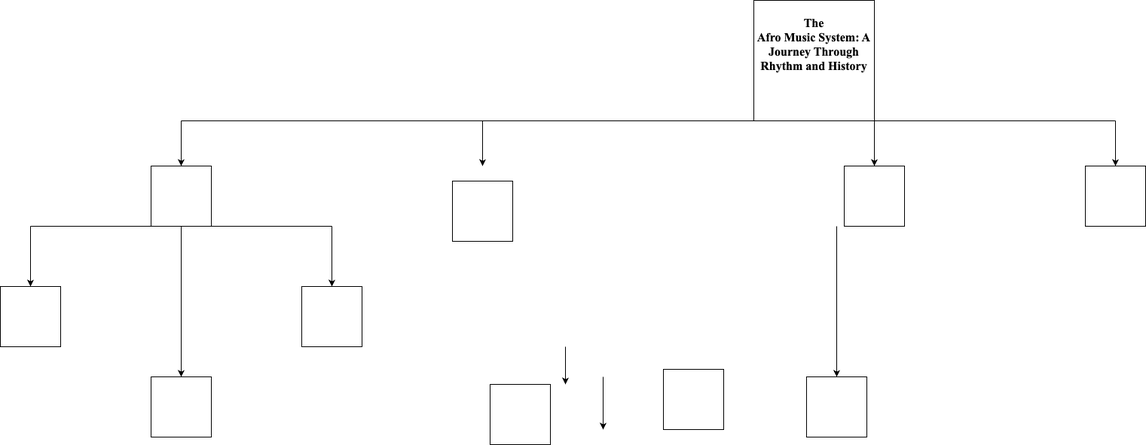
Earlier version of the draw.io export AFM.drawio.png (Kai39d/Hello-World). Source tidied: cells renumbered, new cells last; positions are measured from the earlier drawing's top-left corner, leaving out a move shared by most shapes.
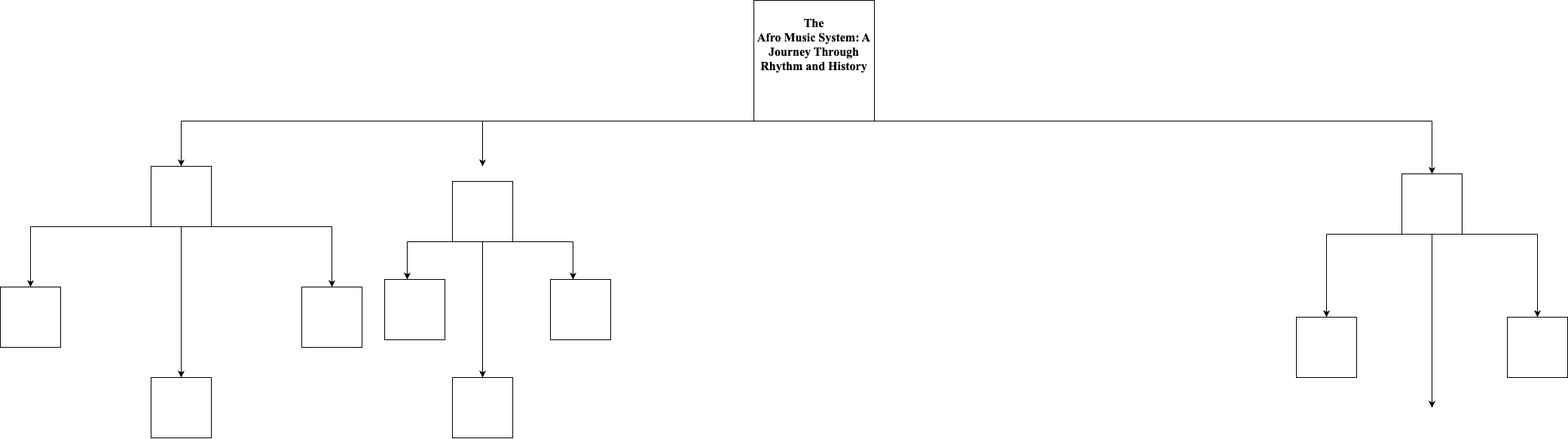
After the commit.

Diff of the diagram source:
```diff
@@ -15,26 +15,12 @@
     </mxCell>
     <mxCell id="5" style="endArrow=none;html=1;rounded=0;entryX=1;entryY=1;entryDx=0;entryDy=0;" parent="2" edge="1" target="3">
       <mxGeometry relative="1" as="geometry">
-        <mxPoint x="840" y="160" as="sourcePoint" />
+        <mxPoint x="1260" y="160" as="sourcePoint" />
       </mxGeometry>
     </mxCell>
-    <mxCell id="6" style="whiteSpace=wrap;html=1;" parent="2" vertex="1">
-      <mxGeometry x="800" y="220" width="80" height="80" as="geometry" />
-    </mxCell>
-    <mxCell id="7" style="whiteSpace=wrap;html=1;" parent="2" vertex="1">
-      <mxGeometry x="480" y="220" width="80" height="80" as="geometry" />
-    </mxCell>
     <mxCell id="8" style="whiteSpace=wrap;html=1;" parent="2" vertex="1">
       <mxGeometry x="-40" y="240" width="80" height="80" as="geometry" />
     </mxCell>
-    <mxCell id="9" style="endArrow=classic;html=1;rounded=0;entryX=0.5;entryY=0;entryDx=0;entryDy=0;" parent="2" edge="1" target="6">
-      <mxGeometry relative="1" as="geometry">
-        <mxPoint x="840" y="160" as="sourcePoint" />
-      </mxGeometry>
-    </mxCell>
-    <mxCell id="10" style="endArrow=classic;html=1;rounded=0;exitX=1;exitY=1;exitDx=0;exitDy=0;entryX=0.5;entryY=0;entryDx=0;entryDy=0;" parent="2" edge="1" source="3" target="7">
-      <mxGeometry relative="1" as="geometry" />
-    </mxCell>
     <mxCell id="11" style="endArrow=classic;html=1;rounded=0;" parent="2" edge="1">
       <mxGeometry relative="1" as="geometry">
         <mxPoint y="160" as="sourcePoint" />
@@ -83,33 +69,87 @@
     </mxCell>
     <mxCell id="21" style="endArrow=classic;html=1;rounded=0;" parent="1" edge="1">
       <mxGeometry relative="1" as="geometry">
-        <mxPoint x="800" y="500" as="sourcePoint" />
-        <mxPoint x="800" y="570" as="targetPoint" />
+        <mxPoint x="760" y="320" as="sourcePoint" />
+        <mxPoint x="760" y="370" as="targetPoint" />
+        <Array as="points">
+          <mxPoint x="760" y="350" />
+        </Array>
       </mxGeometry>
     </mxCell>
     <mxCell id="22" style="endArrow=classic;html=1;rounded=0;" parent="1" edge="1">
       <mxGeometry relative="1" as="geometry">
-        <mxPoint x="1110" y="300" as="sourcePoint" />
-        <mxPoint x="1110" y="500" as="targetPoint" />
+        <mxPoint x="1760" y="310" as="sourcePoint" />
+        <mxPoint x="1760" y="420" as="targetPoint" />
       </mxGeometry>
     </mxCell>
     <mxCell id="23" style="whiteSpace=wrap;html=1;" parent="1" vertex="1">
-      <mxGeometry x="880" y="490" width="80" height="80" as="geometry" />
+      <mxGeometry x="730" y="370" width="80" height="80" as="geometry" />
     </mxCell>
     <mxCell id="24" style="whiteSpace=wrap;html=1;" parent="1" vertex="1">
-      <mxGeometry x="1070" y="500" width="80" height="80" as="geometry" />
+      <mxGeometry x="600" y="500" width="80" height="80" as="geometry" />
     </mxCell>
     <mxCell id="25" style="endArrow=classic;html=1;rounded=0;" parent="1" edge="1">
       <mxGeometry relative="1" as="geometry">
-        <mxPoint x="750" y="460" as="sourcePoint" />
-        <mxPoint x="750" y="510" as="targetPoint" />
+        <mxPoint x="540" y="320" as="sourcePoint" />
+        <mxPoint x="540" y="370" as="targetPoint" />
       </mxGeometry>
     </mxCell>
     <mxCell id="26" style="whiteSpace=wrap;html=1;" parent="1" vertex="1">
-      <mxGeometry x="650" y="510" width="80" height="80" as="geometry" />
+      <mxGeometry x="510" y="370" width="80" height="80" as="geometry" />
     </mxCell>
     <mxCell id="27" style="whiteSpace=wrap;html=1;" parent="1" vertex="1">
       <mxGeometry x="200" y="220" width="80" height="80" as="geometry" />
     </mxCell>
+    <mxCell id="28" style="endArrow=none;html=1;rounded=0;entryX=0;entryY=1;entryDx=0;entryDy=0;" parent="1" edge="1" target="8">
+      <mxGeometry relative="1" as="geometry">
+        <mxPoint x="540" y="320" as="sourcePoint" />
+      </mxGeometry>
+    </mxCell>
+    <mxCell id="29" style="endArrow=none;html=1;rounded=0;entryX=1;entryY=1;entryDx=0;entryDy=0;" parent="1" edge="1" target="8">
+      <mxGeometry relative="1" as="geometry">
+        <mxPoint x="760" y="320" as="sourcePoint" />
+      </mxGeometry>
+    </mxCell>
+    <mxCell id="30" style="endArrow=classic;html=1;rounded=0;exitX=0.5;exitY=1;exitDx=0;exitDy=0;" parent="1" edge="1" source="8">
+      <mxGeometry relative="1" as="geometry">
+        <mxPoint x="640" y="500" as="targetPoint" />
+      </mxGeometry>
+    </mxCell>
+    <mxCell id="7" style="whiteSpace=wrap;html=1;" parent="1" vertex="1">
+      <mxGeometry x="2000" y="420" width="80" height="80" as="geometry" />
+    </mxCell>
+    <mxCell id="10" style="endArrow=classic;html=1;rounded=0;" parent="1" edge="1">
+      <mxGeometry relative="1" as="geometry">
+        <mxPoint x="2040" y="310" as="sourcePoint" />
+        <mxPoint x="2040" y="420" as="targetPoint" />
+      </mxGeometry>
+    </mxCell>
+    <mxCell id="6" style="whiteSpace=wrap;html=1;" parent="1" vertex="1">
+      <mxGeometry x="1860" y="230" width="80" height="80" as="geometry" />
+    </mxCell>
+    <mxCell id="9" style="endArrow=classic;html=1;rounded=0;" parent="1" edge="1">
+      <mxGeometry relative="1" as="geometry">
+        <mxPoint x="1900" y="160" as="sourcePoint" />
+        <mxPoint x="1900" y="230" as="targetPoint" />
+      </mxGeometry>
+    </mxCell>
+    <mxCell id="31" style="endArrow=none;html=1;rounded=0;entryX=0;entryY=1;entryDx=0;entryDy=0;" parent="1" edge="1" target="6">
+      <mxGeometry relative="1" as="geometry">
+        <mxPoint x="1760" y="310" as="sourcePoint" />
+      </mxGeometry>
+    </mxCell>
+    <mxCell id="32" style="endArrow=none;html=1;rounded=0;exitX=1;exitY=1;exitDx=0;exitDy=0;" parent="1" edge="1" source="6">
+      <mxGeometry relative="1" as="geometry">
+        <mxPoint x="2040" y="310" as="targetPoint" />
+      </mxGeometry>
+    </mxCell>
+    <mxCell id="33" style="whiteSpace=wrap;html=1;" parent="1" vertex="1">
+      <mxGeometry x="1720" y="420" width="80" height="80" as="geometry" />
+    </mxCell>
+    <mxCell id="34" style="endArrow=classic;html=1;rounded=0;exitX=0.5;exitY=1;exitDx=0;exitDy=0;" parent="1" edge="1" source="6">
+      <mxGeometry relative="1" as="geometry">
+        <mxPoint x="1900" y="540" as="targetPoint" />
+      </mxGeometry>
+    </mxCell>
   </root>
 </mxGraphModel>
```
